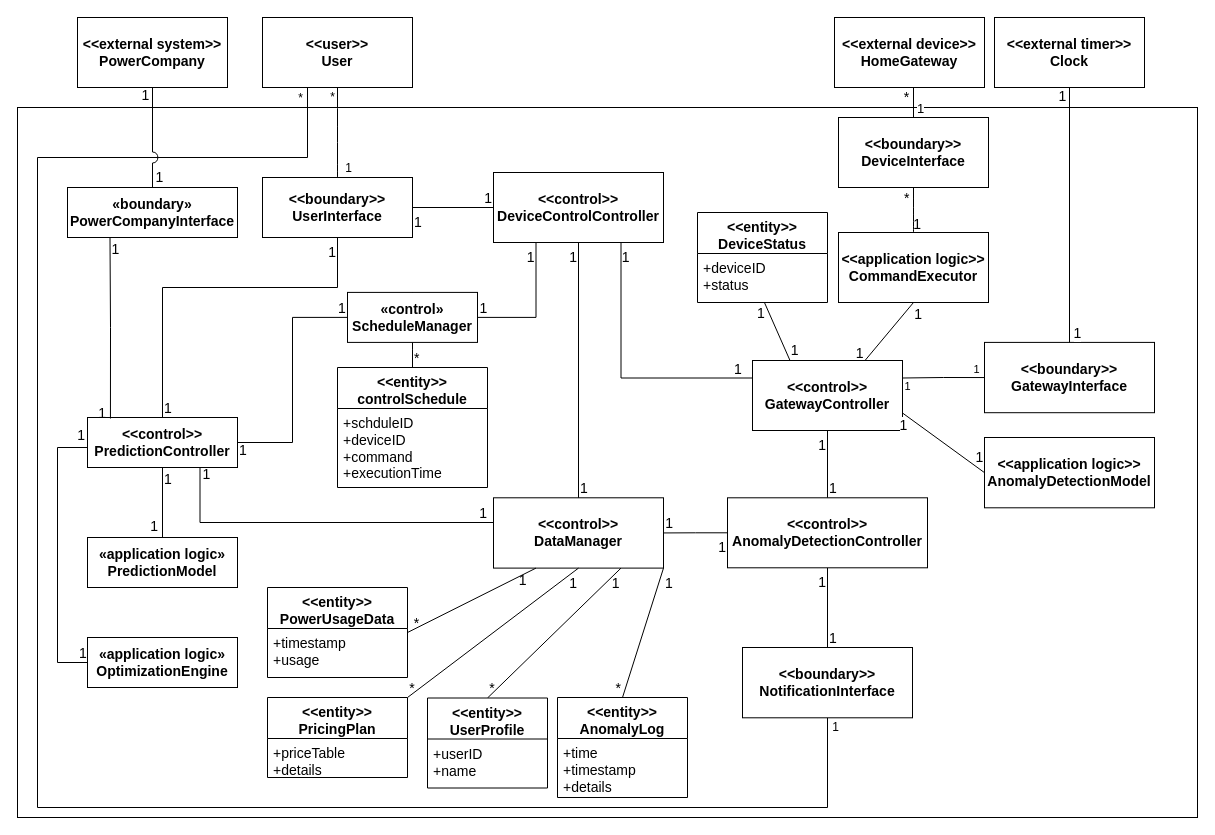
Before: page "StaticView" (4 of 4) of DomainModeling.drawio in GeniusHoon/AssociateArchitect, a draw.io diagram. Source tidied: cells renumbered, new cells numbered last; positions are measured from the earlier drawing's top-left corner, leaving out a move shared by most shapes. Both pictures are drawn from the tidied source at 100%, with x=0, y=0 at pixel (17, 17).
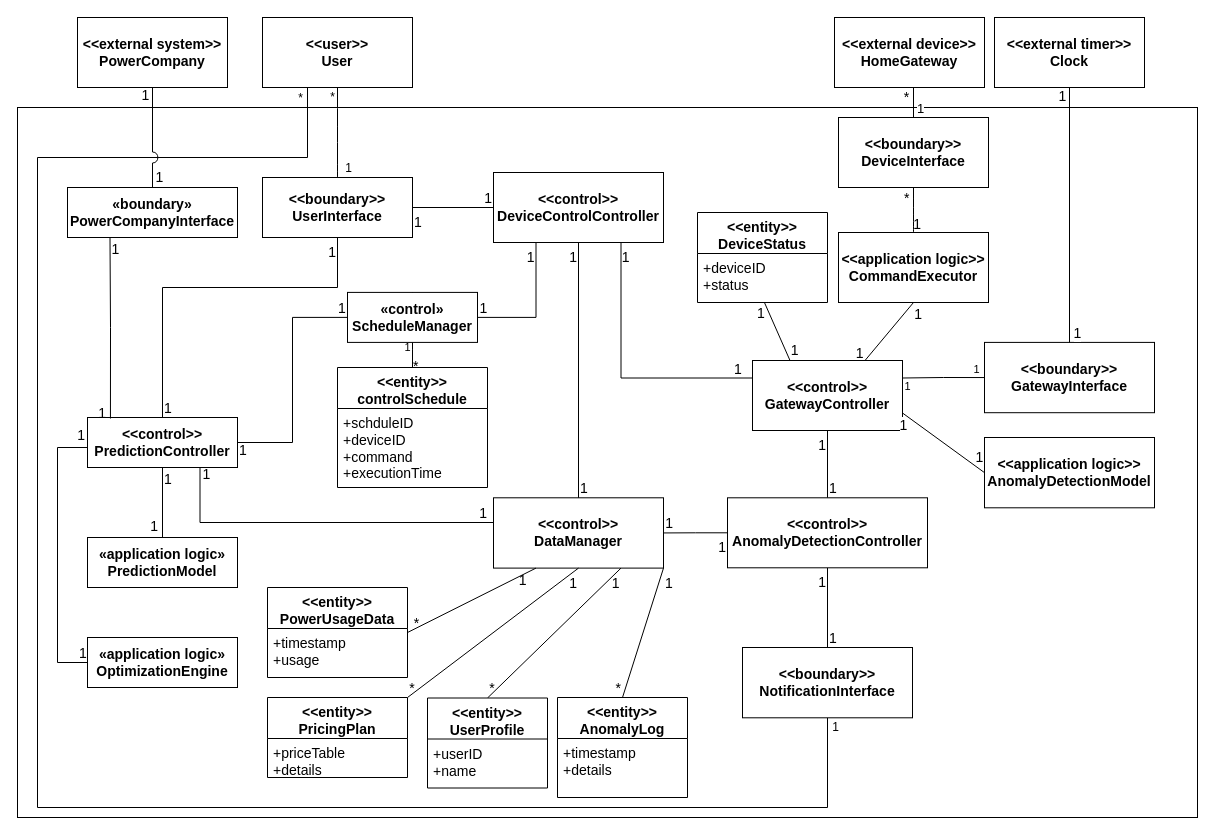
After the change.

The change refers to these unchanged cells:
```xml
<mxCell id="63" style="curved=1;startArrow=none;endArrow=none;entryX=0.5;entryY=0;rounded=0;exitX=0.5;exitY=0;exitDx=0;exitDy=0;entryDx=0;entryDy=0;fontSize=14;" parent="1" edge="1" source="76" target="77">
  <mxGeometry relative="1" as="geometry" />
</mxCell>
<mxCell id="89" value="&lt;span style=&quot;text-wrap-mode: nowrap;&quot;&gt;&amp;lt;&amp;lt;entity&amp;gt;&amp;gt;&lt;/span&gt;&lt;br style=&quot;padding: 0px; margin: 0px; text-wrap-mode: nowrap;&quot;&gt;&lt;span style=&quot;text-wrap-mode: nowrap;&quot;&gt;AnomalyLog&lt;/span&gt;" style="swimlane;fontStyle=1;align=center;verticalAlign=top;horizontal=1;startSize=41;whiteSpace=wrap;html=1;fontSize=14;" parent="1" vertex="1">
  <mxGeometry x="540" y="680" width="130" height="100" as="geometry" />
</mxCell>
```

The edit, as a diff of the source:
```diff
@@
     <mxCell id="65" value="*" style="edgeLabel;labelBackgroundColor=none;fontSize=14;align=left;verticalAlign=bottom;" parent="63" vertex="1">
-      <mxGeometry x="1" relative="1" as="geometry" />
+      <mxGeometry x="1" relative="1" as="geometry">
+        <mxPoint x="-1" y="8" as="offset" />
+      </mxGeometry>
     </mxCell>
+    <mxCell id="118" value="1" style="edgeLabel;html=1;align=center;verticalAlign=middle;" parent="63" vertex="1">
+      <mxGeometry x="0.47" y="1" relative="1" as="geometry">
+        <mxPoint x="-7" as="offset" />
+      </mxGeometry>
+    </mxCell>
@@
-    <mxCell id="90" value="&lt;span style=&quot;text-wrap-mode: nowrap;&quot;&gt;+time&lt;/span&gt;&lt;div&gt;&lt;span style=&quot;text-wrap-mode: nowrap;&quot;&gt;+timestamp&lt;/span&gt;&lt;/div&gt;&lt;div&gt;&lt;span style=&quot;text-wrap-mode: nowrap;&quot;&gt;+details&lt;/span&gt;&lt;/div&gt;" style="text;strokeColor=none;fillColor=none;align=left;verticalAlign=top;spacingLeft=4;spacingRight=4;overflow=hidden;whiteSpace=wrap;html=1;fontSize=14;" parent="89" vertex="1">
+    <mxCell id="90" value="&lt;div&gt;&lt;span style=&quot;text-wrap-mode: nowrap;&quot;&gt;+timestamp&lt;/span&gt;&lt;/div&gt;&lt;div&gt;&lt;span style=&quot;text-wrap-mode: nowrap;&quot;&gt;+details&lt;/span&gt;&lt;/div&gt;" style="text;strokeColor=none;fillColor=none;align=left;verticalAlign=top;spacingLeft=4;spacingRight=4;overflow=hidden;whiteSpace=wrap;html=1;fontSize=14;" parent="89" vertex="1">
       <mxGeometry y="41" width="130" height="59" as="geometry" />
     </mxCell>
```
